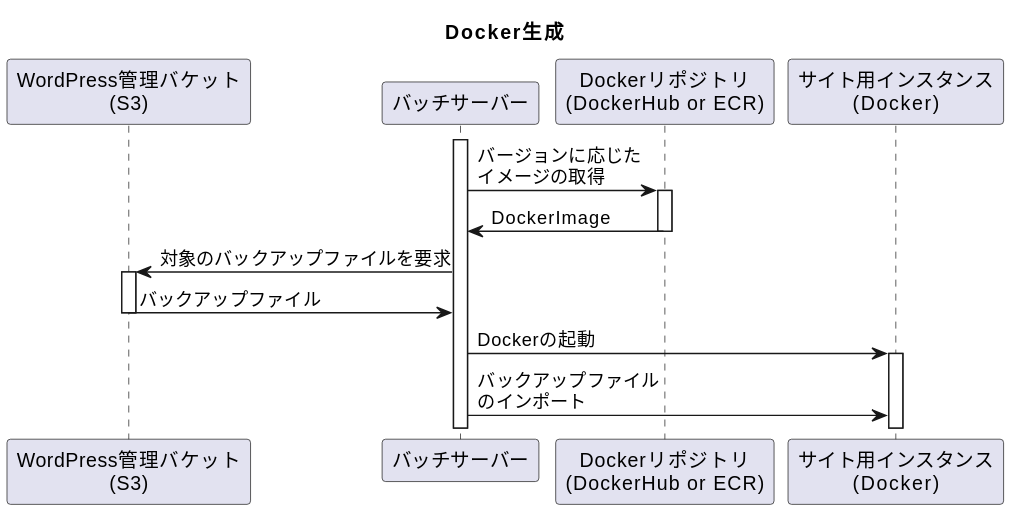
Sonic-Host/documents keeps this PlantUML diagram as 01_Sequences/02_BlogCreate/02_BlogCreate_Flow/dockerCreateFlow.svg. Above is the earlier version. The source it was exported from:
```plantuml
@startuml
title Docker生成

participant "WordPress管理バケット\n(S3)" as wp
participant "バッチサーバー" as batch
participant "Dockerリポジトリ\n(DockerHub or ECR)" as dockerHub
participant "サイト用インスタンス\n(Docker)" as docker

activate batch
batch -> dockerHub ++ : バージョンに応じた\nイメージの取得
batch <- dockerHub -- : DockerImage
batch -> wp ++ : 対象のバックアップファイルを要求
batch <- wp -- : バックアップファイル
batch -> docker ++ : Dockerの起動
batch -> docker : バックアップファイル\nのインポート
@enduml
```
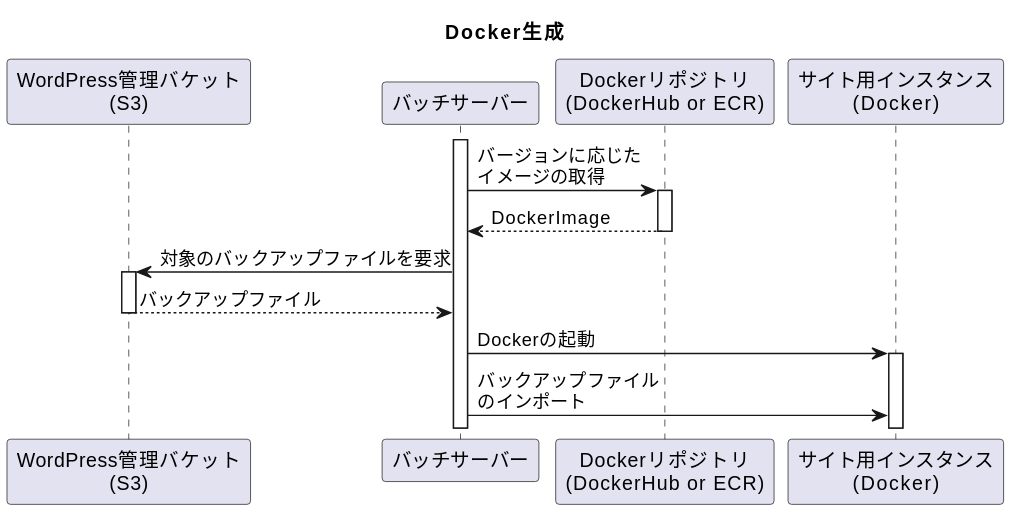
The same file after the commit.

Change to the diagram source:
```diff
@@ -8,9 +8,9 @@
 
 activate batch
 batch -> dockerHub ++ : バージョンに応じた\nイメージの取得
-batch <- dockerHub -- : DockerImage
+batch <-- dockerHub -- : DockerImage
 batch -> wp ++ : 対象のバックアップファイルを要求
-batch <- wp -- : バックアップファイル
+batch <-- wp -- : バックアップファイル
 batch -> docker ++ : Dockerの起動
 batch -> docker : バックアップファイル\nのインポート
 @enduml
```
